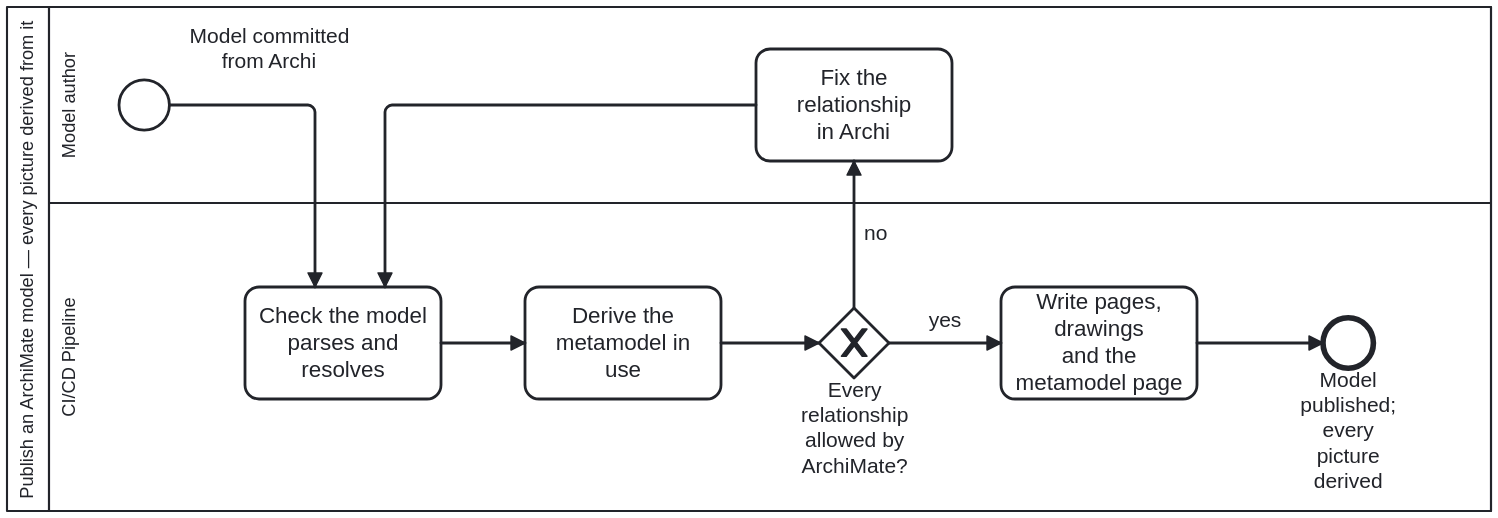
Before: docs/assets/img/workflows/archimate-publish.svg, a diagram exported from BPMN (litlfred/cat-harness). Its source is kept beside it as processes/ui/archimate-publish.bpmn. Ids are renumbered. Source of this version:
```xml
<bpmn:definitions xmlns:bpmn="http://www.omg.org/spec/BPMN/20100524/MODEL"
                  xmlns:bpmndi="http://www.omg.org/spec/BPMN/20100524/DI"
                  xmlns:dc="http://www.omg.org/spec/DD/20100524/DC"
                  xmlns:di="http://www.omg.org/spec/DD/20100524/DI"
                  xmlns:bootstrap.processes="https://litlfred.github.io/bootstrap/v0/processes/ns#"
                  xmlns:cat-harness.processes="https://litlfred.github.io/cat-harness/v0/processes/ns#"
                  id="Definitions_Process_ArchimatePublish" targetNamespace="https://litlfred.github.io/folio-assistant/workflows"
                  exporter="folio-assistant" exporterVersion="1">
  <bpmn:import namespace="https://litlfred.github.io/bootstrap/v0/processes/ns#" location="https://litlfred.github.io/bootstrap/v0/processes/ns.jsonld" importType="http://www.w3.org/ns/json-ld"/>
  <bpmn:resource id="author" name="Author"/>
  <bpmn:resource id="build-pipeline" name="Build pipeline"/>
  <bpmn:collaboration id="Collaboration_Process_ArchimatePublish">
    <bpmn:participant id="Participant_Process_ArchimatePublish" name="Publish an ArchiMate model — every picture derived from it" processRef="Process_ArchimatePublish"/>
  </bpmn:collaboration>
  <bpmn:process id="Process_ArchimatePublish" name="Publish an ArchiMate model — every picture derived from it" isExecutable="false">
    <bpmn:documentation>An ArchiMate model is authored in Archi and committed; everything a reader sees is derived from it by three mechanical Tools, in order, in the pipeline lane: `archimate-check` (it parses and resolves), `archimate-metamodel` (the element types and relationship patterns it uses, each checked against ArchiMate's relationship table), and `archimate-pages` (a page and an IRI for every view, element and relationship, every view drawn, and the "Metamodel in use" page). No step draws a diagram by hand, and none runs Archi or a JVM (skill `archimate-models`).

Owner, 2026-10-31: "i dont really like native UML, rather derived", then "make mechanical tools as parts of skills/processes". A metamodel used to be a hand-drawn view of placeholder elements named after their types; here it is the second step's output, so it cannot disagree with the model.</bpmn:documentation>
    <bpmn:extensionElements>
      <cat-harness.processes:policy enforcement="strict"/>
    </bpmn:extensionElements>
    <bpmn:laneSet id="LaneSet_Process_ArchimatePublish">
      <bpmn:lane id="Lane_Author" name="Model author" partitionElementRef="author">
        <bpmn:documentation>The person who draws the model in Archi, on their own machine. A finding from the pipeline is theirs to act on: the pipeline never edits a model.</bpmn:documentation>
        <bpmn:flowNodeRef>Start_Process_ArchimatePublish</bpmn:flowNodeRef>
        <bpmn:flowNodeRef>A_FixModel</bpmn:flowNodeRef>
      </bpmn:lane>
      <bpmn:lane id="Lane_Pipeline" name="CI/CD Pipeline" partitionElementRef="build-pipeline">
        <bpmn:documentation>Every step here is a fixed program, a registered Tool, with no judgement in it.</bpmn:documentation>
        <bpmn:flowNodeRef>A_Check</bpmn:flowNodeRef>
        <bpmn:flowNodeRef>A_Metamodel</bpmn:flowNodeRef>
        <bpmn:flowNodeRef>GW_Allowed</bpmn:flowNodeRef>
        <bpmn:flowNodeRef>A_Pages</bpmn:flowNodeRef>
        <bpmn:flowNodeRef>End_Process_ArchimatePublish</bpmn:flowNodeRef>
      </bpmn:lane>
    </bpmn:laneSet>

    <bpmn:startEvent id="Start_Process_ArchimatePublish" name="Model committed
from Archi"/>

    <bpmn:task id="A_Check" name="Check the model
parses and resolves">
      <bpmn:documentation>Tool `archimate-check` (`archimate:validate`, on the instance root): every model the config names is held and parses, every box in every view draws an element the model holds, every relationship's ends are in the model.</bpmn:documentation>
      <bpmn:extensionElements><bootstrap.processes:skill ref="archimate-models"/></bpmn:extensionElements>
    </bpmn:task>

    <bpmn:task id="A_Metamodel" name="Derive the
metamodel in use">
      <bpmn:documentation>Tool `archimate-metamodel` (`archimate:metamodel --check`, on the instance root): the element types the model uses and every (source type, relationship, target type) pattern, each checked against ArchiMate's relationship table. Placeholder elements named after their own type are reported, never fatal: removing them is the author's call.</bpmn:documentation>
      <bpmn:extensionElements><bootstrap.processes:skill ref="archimate-models"/></bpmn:extensionElements>
    </bpmn:task>

    <bpmn:exclusiveGateway id="GW_Allowed" name="Every relationship
allowed by ArchiMate?">
      <bpmn:documentation>Answered by the metamodel step's exit code: does every relationship follow a pattern ArchiMate's relationship table allows? `yes` publishes; `no` goes back to the author with the patterns and relationship ids it printed.</bpmn:documentation>
    </bpmn:exclusiveGateway>

    <bpmn:task id="A_FixModel" name="Fix the relationship
in Archi">
      <bpmn:documentation>The author changes the relationship's type or ends in Archi and commits the model again. The pipeline never rewrites a model.</bpmn:documentation>
      <bpmn:extensionElements><bootstrap.processes:skill ref="archimate-models"/></bpmn:extensionElements>
    </bpmn:task>

    <bpmn:task id="A_Pages" name="Write pages, drawings
and the metamodel page">
      <bpmn:documentation>Tool `archimate-pages` (`archimate:pages --out`, into the site being built): a JSON-LD node and a thin page for every view, element and relationship, every view drawn as SVG, and each model's "Metamodel in use" page with its diagram laid out from DOT by Graphviz in WebAssembly, plus the same diagram as DOT, Mermaid and JSON.</bpmn:documentation>
      <bpmn:extensionElements><bootstrap.processes:skill ref="archimate-models"/></bpmn:extensionElements>
    </bpmn:task>

    <bpmn:endEvent id="End_Process_ArchimatePublish" name="Model published;
every picture derived"/>

    <bpmn:sequenceFlow id="SF_Process_ArchimatePublish_1" sourceRef="Start_Process_ArchimatePublish" targetRef="A_Check"/>
    <bpmn:sequenceFlow id="SF_Process_ArchimatePublish_2" sourceRef="A_Check" targetRef="A_Metamodel"/>
    <bpmn:sequenceFlow id="SF_Process_ArchimatePublish_3" sourceRef="A_Metamodel" targetRef="GW_Allowed"/>
    <bpmn:sequenceFlow id="SF_Process_ArchimatePublish_4" name="yes" sourceRef="GW_Allowed" targetRef="A_Pages"/>
    <bpmn:sequenceFlow id="SF_Process_ArchimatePublish_5" name="no" sourceRef="GW_Allowed" targetRef="A_FixModel"/>
    <bpmn:sequenceFlow id="SF_Process_ArchimatePublish_6" sourceRef="A_FixModel" targetRef="A_Check"/>
    <bpmn:sequenceFlow id="SF_Process_ArchimatePublish_7" sourceRef="A_Pages" targetRef="End_Process_ArchimatePublish"/>
  </bpmn:process>
  <bpmndi:BPMNDiagram id="Diagram_Process_ArchimatePublish">
    <bpmndi:BPMNPlane id="Plane_Process_ArchimatePublish" bpmnElement="Collaboration_Process_ArchimatePublish">
      <bpmndi:BPMNShape id="Shape_Participant_Process_ArchimatePublish" bpmnElement="Participant_Process_ArchimatePublish" isHorizontal="true">
        <dc:Bounds x="160" y="80" width="1060" height="360" />
      </bpmndi:BPMNShape>
      <bpmndi:BPMNShape id="Shape_Lane_Author_Process_ArchimatePublish" bpmnElement="Lane_Author" isHorizontal="true">
        <dc:Bounds x="190" y="80" width="1030" height="140" />
      </bpmndi:BPMNShape>
      <bpmndi:BPMNShape id="Shape_Lane_Pipeline_Process_ArchimatePublish" bpmnElement="Lane_Pipeline" isHorizontal="true">
        <dc:Bounds x="190" y="220" width="1030" height="220" />
      </bpmndi:BPMNShape>
      <bpmndi:BPMNShape id="Shape_Start_Process_ArchimatePublish" bpmnElement="Start_Process_ArchimatePublish">
        <dc:Bounds x="240" y="132" width="36" height="36" />
        <bpmndi:BPMNLabel><dc:Bounds x="280" y="92" width="135" height="36" /></bpmndi:BPMNLabel>
      </bpmndi:BPMNShape>
      <bpmndi:BPMNShape id="Shape_A_FixModel" bpmnElement="A_FixModel">
        <dc:Bounds x="695" y="110" width="140" height="80" />
      </bpmndi:BPMNShape>
      <bpmndi:BPMNShape id="Shape_A_Check" bpmnElement="A_Check">
        <dc:Bounds x="330" y="280" width="140" height="80" />
      </bpmndi:BPMNShape>
      <bpmndi:BPMNShape id="Shape_A_Metamodel" bpmnElement="A_Metamodel">
        <dc:Bounds x="530" y="280" width="140" height="80" />
      </bpmndi:BPMNShape>
      <bpmndi:BPMNShape id="Shape_GW_Allowed" bpmnElement="GW_Allowed" isMarkerVisible="true">
        <dc:Bounds x="740" y="295" width="50" height="50" />
      </bpmndi:BPMNShape>
      <bpmndi:BPMNShape id="Shape_A_Pages" bpmnElement="A_Pages">
        <dc:Bounds x="870" y="280" width="140" height="80" />
      </bpmndi:BPMNShape>
      <bpmndi:BPMNShape id="Shape_End_Process_ArchimatePublish" bpmnElement="End_Process_ArchimatePublish">
        <dc:Bounds x="1100" y="302" width="36" height="36" />
      </bpmndi:BPMNShape>
      <bpmndi:BPMNEdge id="Edge_SF_Process_ArchimatePublish_1" bpmnElement="SF_Process_ArchimatePublish_1">
        <di:waypoint x="276" y="150" />
        <di:waypoint x="380" y="150" />
        <di:waypoint x="380" y="280" />
      </bpmndi:BPMNEdge>
      <bpmndi:BPMNEdge id="Edge_SF_Process_ArchimatePublish_2" bpmnElement="SF_Process_ArchimatePublish_2">
        <di:waypoint x="470" y="320" />
        <di:waypoint x="530" y="320" />
      </bpmndi:BPMNEdge>
      <bpmndi:BPMNEdge id="Edge_SF_Process_ArchimatePublish_3" bpmnElement="SF_Process_ArchimatePublish_3">
        <di:waypoint x="670" y="320" />
        <di:waypoint x="740" y="320" />
      </bpmndi:BPMNEdge>
      <bpmndi:BPMNEdge id="Edge_SF_Process_ArchimatePublish_4" bpmnElement="SF_Process_ArchimatePublish_4">
        <di:waypoint x="790" y="320" />
        <di:waypoint x="870" y="320" />
      </bpmndi:BPMNEdge>
      <bpmndi:BPMNEdge id="Edge_SF_Process_ArchimatePublish_5" bpmnElement="SF_Process_ArchimatePublish_5">
        <di:waypoint x="765" y="295" />
        <di:waypoint x="765" y="190" />
      </bpmndi:BPMNEdge>
      <bpmndi:BPMNEdge id="Edge_SF_Process_ArchimatePublish_6" bpmnElement="SF_Process_ArchimatePublish_6">
        <di:waypoint x="695" y="150" />
        <di:waypoint x="430" y="150" />
        <di:waypoint x="430" y="280" />
      </bpmndi:BPMNEdge>
      <bpmndi:BPMNEdge id="Edge_SF_Process_ArchimatePublish_7" bpmnElement="SF_Process_ArchimatePublish_7">
        <di:waypoint x="1010" y="320" />
        <di:waypoint x="1100" y="320" />
      </bpmndi:BPMNEdge>
    </bpmndi:BPMNPlane>
  </bpmndi:BPMNDiagram>
</bpmn:definitions>
```
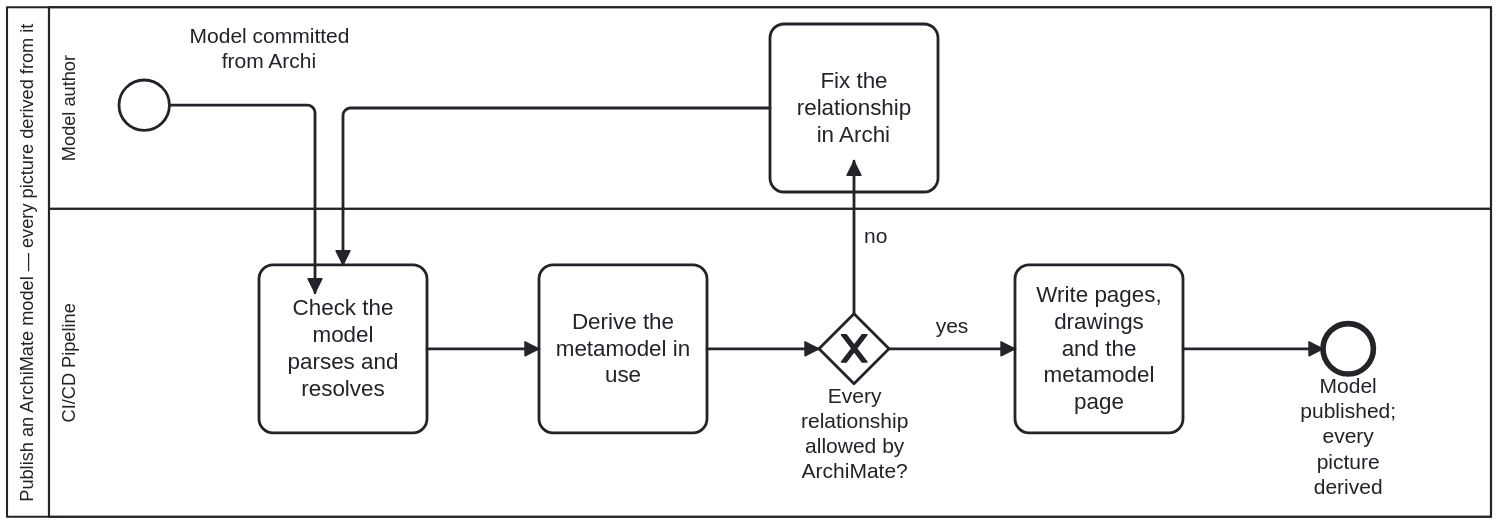
The same diagram one commit later.

What changed in the source:
```diff
@@ -81,65 +81,65 @@
   <bpmndi:BPMNDiagram id="Diagram_Process_ArchimatePublish">
     <bpmndi:BPMNPlane id="Plane_Process_ArchimatePublish" bpmnElement="Collaboration_Process_ArchimatePublish">
       <bpmndi:BPMNShape id="Shape_Participant_Process_ArchimatePublish" bpmnElement="Participant_Process_ArchimatePublish" isHorizontal="true">
-        <dc:Bounds x="160" y="80" width="1060" height="360" />
+        <dc:Bounds x="160" y="80" width="1060" height="364" />
       </bpmndi:BPMNShape>
       <bpmndi:BPMNShape id="Shape_Lane_Author_Process_ArchimatePublish" bpmnElement="Lane_Author" isHorizontal="true">
-        <dc:Bounds x="190" y="80" width="1030" height="140" />
+        <dc:Bounds x="190" y="80" width="1030" height="144" />
       </bpmndi:BPMNShape>
       <bpmndi:BPMNShape id="Shape_Lane_Pipeline_Process_ArchimatePublish" bpmnElement="Lane_Pipeline" isHorizontal="true">
-        <dc:Bounds x="190" y="220" width="1030" height="220" />
+        <dc:Bounds x="190" y="224" width="1030" height="220" />
       </bpmndi:BPMNShape>
       <bpmndi:BPMNShape id="Shape_Start_Process_ArchimatePublish" bpmnElement="Start_Process_ArchimatePublish">
         <dc:Bounds x="240" y="132" width="36" height="36" />
-        <bpmndi:BPMNLabel><dc:Bounds x="280" y="92" width="135" height="36" /></bpmndi:BPMNLabel>
-      </bpmndi:BPMNShape>
+
+      <bpmndi:BPMNLabel><dc:Bounds x="280" y="92" width="135" height="36" /></bpmndi:BPMNLabel></bpmndi:BPMNShape>
       <bpmndi:BPMNShape id="Shape_A_FixModel" bpmnElement="A_FixModel">
-        <dc:Bounds x="695" y="110" width="140" height="80" />
+        <dc:Bounds x="705" y="92" width="120" height="120" />
       </bpmndi:BPMNShape>
       <bpmndi:BPMNShape id="Shape_A_Check" bpmnElement="A_Check">
-        <dc:Bounds x="330" y="280" width="140" height="80" />
+        <dc:Bounds x="340" y="264" width="120" height="120" />
       </bpmndi:BPMNShape>
       <bpmndi:BPMNShape id="Shape_A_Metamodel" bpmnElement="A_Metamodel">
-        <dc:Bounds x="530" y="280" width="140" height="80" />
+        <dc:Bounds x="540" y="264" width="120" height="120" />
       </bpmndi:BPMNShape>
       <bpmndi:BPMNShape id="Shape_GW_Allowed" bpmnElement="GW_Allowed" isMarkerVisible="true">
-        <dc:Bounds x="740" y="295" width="50" height="50" />
+        <dc:Bounds x="740" y="299" width="50" height="50" />
       </bpmndi:BPMNShape>
       <bpmndi:BPMNShape id="Shape_A_Pages" bpmnElement="A_Pages">
-        <dc:Bounds x="870" y="280" width="140" height="80" />
+        <dc:Bounds x="880" y="264" width="120" height="120" />
       </bpmndi:BPMNShape>
       <bpmndi:BPMNShape id="Shape_End_Process_ArchimatePublish" bpmnElement="End_Process_ArchimatePublish">
-        <dc:Bounds x="1100" y="302" width="36" height="36" />
+        <dc:Bounds x="1100" y="306" width="36" height="36" />
       </bpmndi:BPMNShape>
       <bpmndi:BPMNEdge id="Edge_SF_Process_ArchimatePublish_1" bpmnElement="SF_Process_ArchimatePublish_1">
         <di:waypoint x="276" y="150" />
         <di:waypoint x="380" y="150" />
-        <di:waypoint x="380" y="280" />
+        <di:waypoint x="380" y="284" />
       </bpmndi:BPMNEdge>
       <bpmndi:BPMNEdge id="Edge_SF_Process_ArchimatePublish_2" bpmnElement="SF_Process_ArchimatePublish_2">
-        <di:waypoint x="470" y="320" />
-        <di:waypoint x="530" y="320" />
+        <di:waypoint x="460" y="324" />
+        <di:waypoint x="540" y="324" />
       </bpmndi:BPMNEdge>
       <bpmndi:BPMNEdge id="Edge_SF_Process_ArchimatePublish_3" bpmnElement="SF_Process_ArchimatePublish_3">
-        <di:waypoint x="670" y="320" />
-        <di:waypoint x="740" y="320" />
+        <di:waypoint x="660" y="324" />
+        <di:waypoint x="740" y="324" />
       </bpmndi:BPMNEdge>
       <bpmndi:BPMNEdge id="Edge_SF_Process_ArchimatePublish_4" bpmnElement="SF_Process_ArchimatePublish_4">
-        <di:waypoint x="790" y="320" />
-        <di:waypoint x="870" y="320" />
+        <di:waypoint x="790" y="324" />
+        <di:waypoint x="880" y="324" />
       </bpmndi:BPMNEdge>
       <bpmndi:BPMNEdge id="Edge_SF_Process_ArchimatePublish_5" bpmnElement="SF_Process_ArchimatePublish_5">
-        <di:waypoint x="765" y="295" />
+        <di:waypoint x="765" y="299" />
         <di:waypoint x="765" y="190" />
       </bpmndi:BPMNEdge>
       <bpmndi:BPMNEdge id="Edge_SF_Process_ArchimatePublish_6" bpmnElement="SF_Process_ArchimatePublish_6">
-        <di:waypoint x="695" y="150" />
-        <di:waypoint x="430" y="150" />
-        <di:waypoint x="430" y="280" />
+        <di:waypoint x="705" y="152" />
+        <di:waypoint x="400" y="152" />
+        <di:waypoint x="400" y="264" />
       </bpmndi:BPMNEdge>
       <bpmndi:BPMNEdge id="Edge_SF_Process_ArchimatePublish_7" bpmnElement="SF_Process_ArchimatePublish_7">
-        <di:waypoint x="1010" y="320" />
-        <di:waypoint x="1100" y="320" />
+        <di:waypoint x="1000" y="324" />
+        <di:waypoint x="1100" y="324" />
       </bpmndi:BPMNEdge>
     </bpmndi:BPMNPlane>
   </bpmndi:BPMNDiagram>
```
